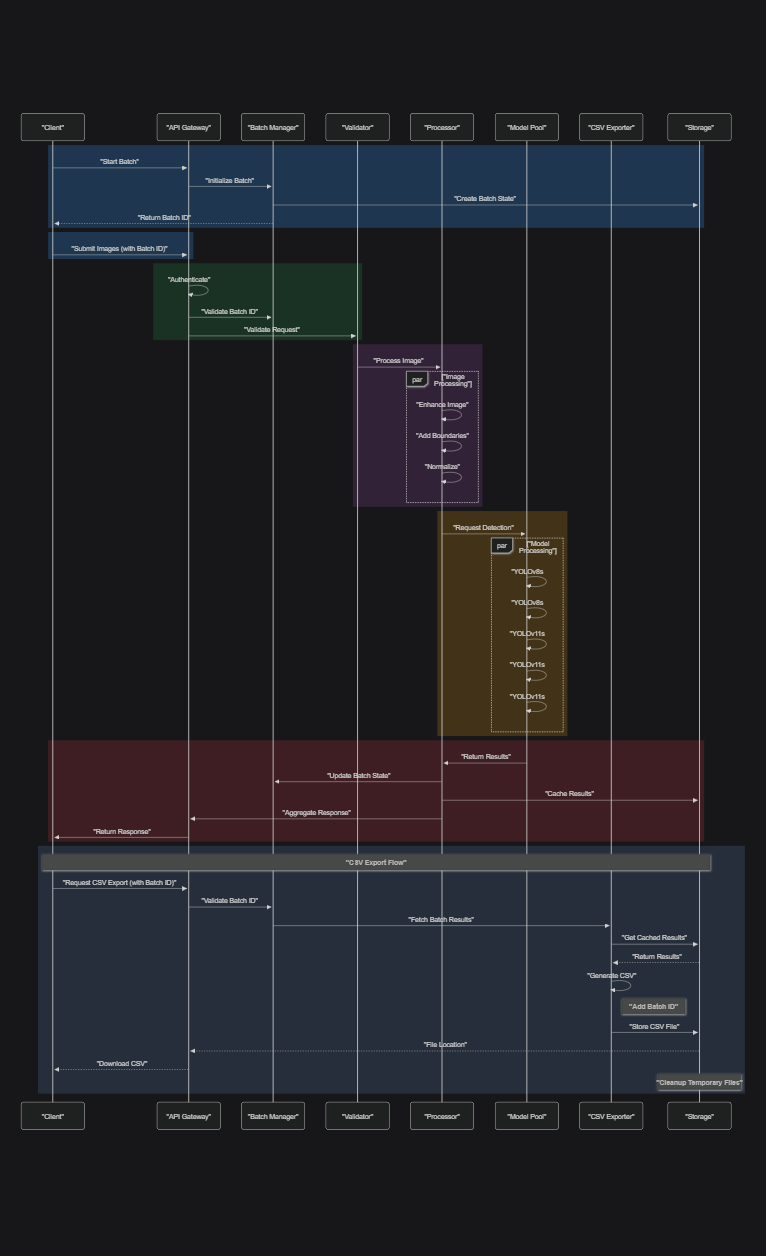
Before: docs/images/Detailed Processing Pipeline.png, a diagram exported from Mermaid (Dhruv0306/SymphonyProject1). Its source is kept beside it as docs/images/Detailed Processing Pipeline.mmd.
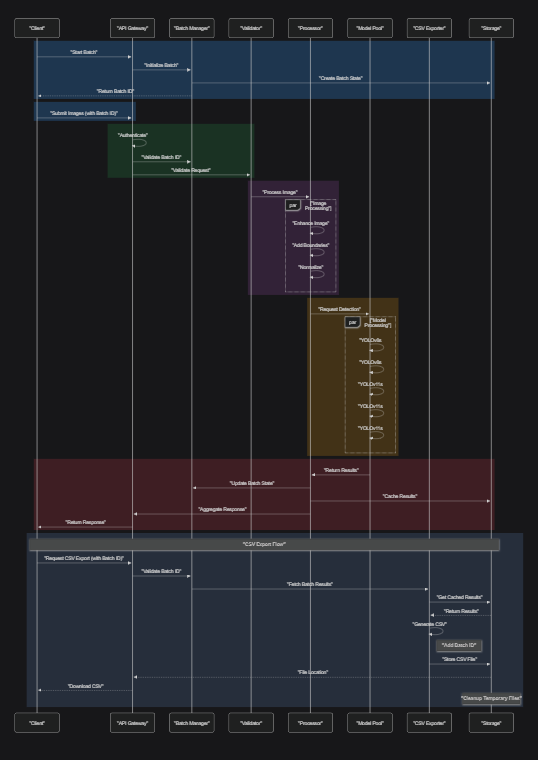
The same diagram one commit later.

The edit, as a diff of the source:
```diff
@@ -1,4 +1,4 @@
-%%{init:{'theme': 'dark','themeVariables': {'fontFamily': 'arial','fontSize': '22px','fontWeight': 'bold','messageFontWeight': 'bold','noteFontWeight': 'bold'}}}%%
+%%{init: {'theme': 'dark', 'themeVariables': { 'fontFamily': 'arial', 'fontSize': '18px', 'fontWeight': 'bold', 'messageFontWeight': 'bold', 'noteFontWeight': 'bold'}}}%%
 sequenceDiagram
     participant C as "Client"
     participant A as "API Gateway"
```
